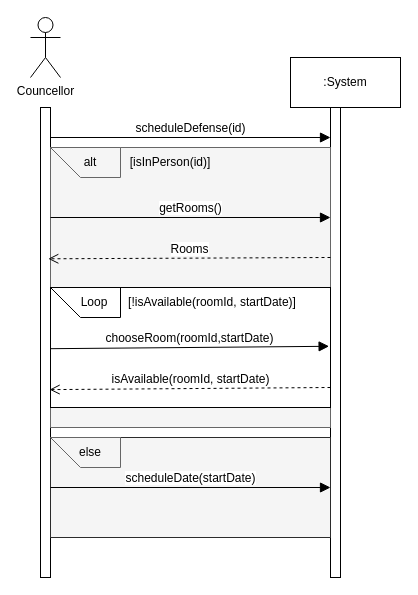
Above: SSD.drawio in SergioEsteves3/CSS (draw.io), before the change. Source tidied: cells renumbered, new cells numbered last; positions are measured from the earlier drawing's top-left corner, leaving out a move shared by most shapes. Both pictures are drawn from the tidied source at 100%, with x=0, y=0 at pixel (30, 17).
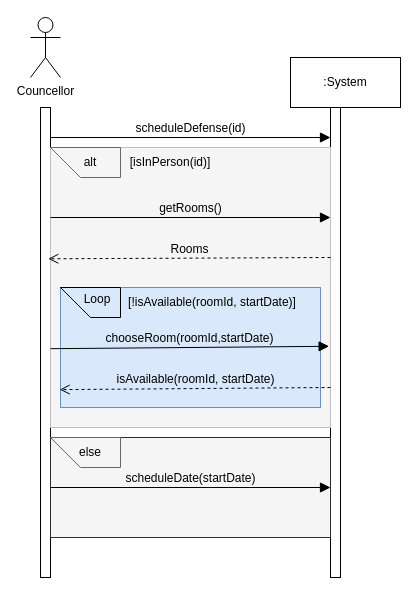
After the change.

What changed in the source:
```diff
@@
-    <mxCell id="6" style="rounded=0;whiteSpace=wrap;html=1;fillColor=#f5f5f5;strokeColor=#666666;fontColor=#333333;fillStyle=solid;" parent="1" vertex="1">
+    <mxCell id="6" style="rounded=0;whiteSpace=wrap;html=1;fillColor=#f5f5f5;strokeColor=#BFBFBF;fontColor=#333333;fillStyle=solid;" parent="1" vertex="1">
       <mxGeometry x="20" y="130" width="280" height="280" as="geometry" />
     </mxCell>
@@
-    <mxCell id="10" value="getRooms()" style="html=1;verticalAlign=bottom;endArrow=block;curved=0;rounded=0;fontSize=12;startSize=8;endSize=8;" parent="1" edge="1">
+    <mxCell id="10" value="getRooms()" style="html=1;verticalAlign=bottom;endArrow=block;curved=0;rounded=0;fontSize=12;startSize=8;endSize=8;labelBackgroundColor=none;" parent="1" edge="1">
       <mxGeometry relative="1" as="geometry">
         <mxPoint x="20" y="200" as="sourcePoint" />
         <mxPoint x="300" y="200" as="targetPoint" />
       </mxGeometry>
     </mxCell>
-    <mxCell id="11" value="Rooms" style="html=1;verticalAlign=bottom;endArrow=open;dashed=1;endSize=8;curved=0;rounded=0;fontSize=12;entryX=-0.008;entryY=0.588;entryDx=0;entryDy=0;entryPerimeter=0;exitX=1;exitY=0.584;exitDx=0;exitDy=0;exitPerimeter=0;" parent="1" edge="1">
+    <mxCell id="11" value="Rooms" style="html=1;verticalAlign=bottom;endArrow=open;dashed=1;endSize=8;curved=0;rounded=0;fontSize=12;entryX=-0.008;entryY=0.588;entryDx=0;entryDy=0;entryPerimeter=0;exitX=1;exitY=0.584;exitDx=0;exitDy=0;exitPerimeter=0;labelBackgroundColor=none;" parent="1" edge="1">
       <mxGeometry relative="1" as="geometry">
         <mxPoint x="300" y="240" as="sourcePoint" />
         <mxPoint x="17.8" y="241.3" as="targetPoint" />
       </mxGeometry>
     </mxCell>
-    <mxCell id="12" style="rounded=0;whiteSpace=wrap;html=1;" parent="1" vertex="1">
-      <mxGeometry x="20" y="270" width="280" height="120" as="geometry" />
+    <mxCell id="12" style="rounded=0;whiteSpace=wrap;html=1;fillColor=#dae8fc;strokeColor=#6c8ebf;" parent="1" vertex="1">
+      <mxGeometry x="30" y="270" width="260" height="120" as="geometry" />
     </mxCell>
     <mxCell id="13" value="Loop" style="text;html=1;align=center;verticalAlign=middle;whiteSpace=wrap;rounded=0;fontSize=12;" parent="1" vertex="1">
-      <mxGeometry x="34" y="270" width="60" height="30" as="geometry" />
+      <mxGeometry x="37" y="267" width="60" height="30" as="geometry" />
     </mxCell>
     <mxCell id="14" style="shape=manualInput;whiteSpace=wrap;html=1;rotation=-90;align=center;fillColor=none;" parent="1" vertex="1">
-      <mxGeometry x="40" y="250" width="30" height="70" as="geometry" />
+      <mxGeometry x="45" y="255" width="30" height="60" as="geometry" />
     </mxCell>
@@
-    <mxCell id="16" value="chooseRoom(roomId,startDate)" style="html=1;verticalAlign=bottom;endArrow=block;curved=0;rounded=0;fontSize=12;startSize=8;endSize=8;entryX=0.995;entryY=0.397;entryDx=0;entryDy=0;entryPerimeter=0;" parent="1" edge="1">
+    <mxCell id="16" value="chooseRoom(roomId,startDate)" style="html=1;verticalAlign=bottom;endArrow=block;curved=0;rounded=0;fontSize=12;startSize=8;endSize=8;entryX=0.995;entryY=0.397;entryDx=0;entryDy=0;entryPerimeter=0;labelBackgroundColor=none;" parent="1" edge="1">
       <mxGeometry relative="1" as="geometry">
         <mxPoint x="20" y="331.2" as="sourcePoint" />
         <mxPoint x="298.6" y="328.8" as="targetPoint" />
       </mxGeometry>
     </mxCell>
-    <mxCell id="17" value="isAvailable(roomId, startDate)" style="html=1;verticalAlign=bottom;endArrow=open;dashed=1;endSize=8;curved=0;rounded=0;fontSize=12;entryX=-0.003;entryY=0.851;entryDx=0;entryDy=0;entryPerimeter=0;" parent="1" edge="1" target="12">
+    <mxCell id="17" value="isAvailable(roomId, startDate)" style="html=1;verticalAlign=bottom;endArrow=open;dashed=1;endSize=8;curved=0;rounded=0;fontSize=12;entryX=-0.003;entryY=0.851;entryDx=0;entryDy=0;entryPerimeter=0;labelBackgroundColor=none;" parent="1" edge="1" target="12">
       <mxGeometry relative="1" as="geometry">
         <mxPoint x="300" y="370" as="sourcePoint" />
       </mxGeometry>
     </mxCell>
@@
-    <mxCell id="19" style="rounded=0;whiteSpace=wrap;html=1;fillColor=#f5f5f5;strokeColor=#2B2B2B;fontColor=#333333;fillStyle=solid;" parent="1" vertex="1">
+    <mxCell id="19" style="rounded=0;whiteSpace=wrap;html=1;fillColor=#F5F5F5;strokeColor=#2B2B2B;fontColor=#333333;fillStyle=solid;" parent="1" vertex="1">
       <mxGeometry x="20" y="420" width="280" height="100" as="geometry" />
     </mxCell>
@@
-    <mxCell id="22" value="scheduleDate(startDate)" style="html=1;verticalAlign=bottom;endArrow=block;curved=0;rounded=0;fontSize=12;startSize=8;endSize=8;" parent="1" edge="1">
+    <mxCell id="22" value="scheduleDate(startDate)" style="html=1;verticalAlign=bottom;endArrow=block;curved=0;rounded=0;fontSize=12;startSize=8;endSize=8;labelBackgroundColor=none;" parent="1" edge="1">
       <mxGeometry relative="1" as="geometry">
         <mxPoint x="20" y="470" as="sourcePoint" />
         <mxPoint x="300" y="470" as="targetPoint" />
       </mxGeometry>
     </mxCell>
```
